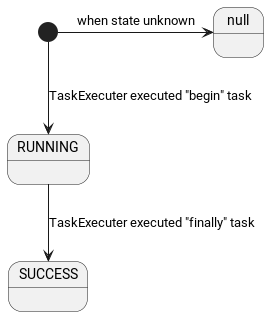
This is doc/state_model/data_set_interval_state_model.png from zaytsevdmitry/lakehouse, a PlantUML export, as it was before one commit. Source of this version:
```plantuml
@startuml
[*] --> RUNNING: TaskExecuter executed "begin" task
RUNNING --> SUCCESS: TaskExecuter executed "finally" task
[*] -> null: when state unknown
@enduml
```
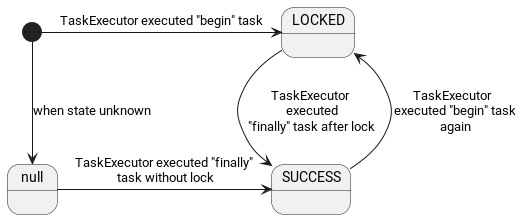
After the commit.

Diff of the diagram source:
```diff
@@ -1,5 +1,7 @@
 @startuml
-[*] --> RUNNING: TaskExecuter executed "begin" task
-RUNNING --> SUCCESS: TaskExecuter executed "finally" task
-[*] -> null: when state unknown
+[*] -> LOCKED: TaskExecutor executed "begin" task
+LOCKED --> SUCCESS: TaskExecutor\n executed\n "finally" task after lock
+[*] --> null: when state unknown
+null -> SUCCESS: TaskExecutor executed "finally"\n task without lock
+SUCCESS -> LOCKED: TaskExecutor \n executed "begin" task\n again
 @enduml
```
